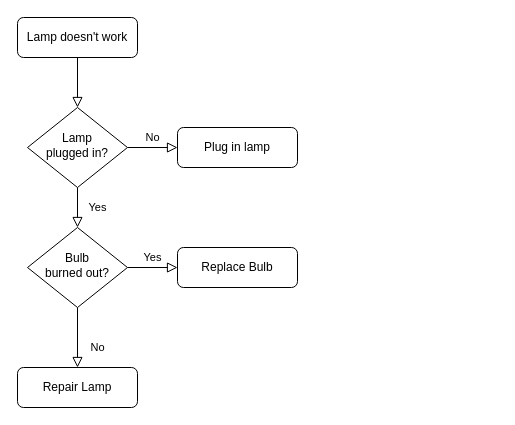
Above: Untitled Diagram.drawio in hollson/pm (draw.io), before the change. Source tidied: cells renumbered, new cells numbered last; positions are measured from the earlier drawing's top-left corner, leaving out a move shared by most shapes. Both pictures are drawn from the tidied source at 100%, with x=0, y=0 at pixel (17, 17).
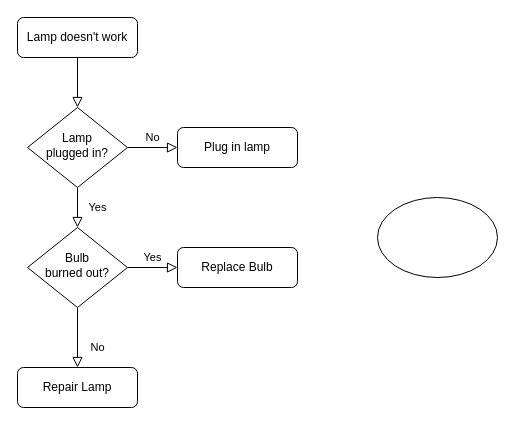
Above is the later version.

Diff of the diagram source:
```diff
@@
 <mxGraphModel>
   <root>
     <mxCell id="0" />
     <mxCell id="1" parent="0" />
     <mxCell id="2" style="rounded=0;html=1;jettySize=auto;fontSize=11;endArrow=block;endFill=0;endSize=8;strokeWidth=1;shadow=0;labelBackgroundColor=none;edgeStyle=orthogonalEdgeStyle;" parent="1" edge="1" source="3" target="6">
       <mxGeometry relative="1" as="geometry" />
     </mxCell>
     <mxCell id="3" value="Lamp doesn't work" style="rounded=1;whiteSpace=wrap;html=1;fontSize=12;glass=0;strokeWidth=1;shadow=0;" parent="1" vertex="1">
       <mxGeometry width="120" height="40" as="geometry" />
     </mxCell>
     <mxCell id="4" value="Yes" style="rounded=0;html=1;jettySize=auto;fontSize=11;endArrow=block;endFill=0;endSize=8;strokeWidth=1;shadow=0;labelBackgroundColor=none;edgeStyle=orthogonalEdgeStyle;" parent="1" edge="1" source="6" target="10">
       <mxGeometry y="20" relative="1" as="geometry" />
     </mxCell>
     <mxCell id="5" value="No" style="edgeStyle=orthogonalEdgeStyle;rounded=0;html=1;jettySize=auto;fontSize=11;endArrow=block;endFill=0;endSize=8;strokeWidth=1;shadow=0;labelBackgroundColor=none;" parent="1" edge="1" source="6" target="7">
       <mxGeometry y="10" relative="1" as="geometry" />
     </mxCell>
     <mxCell id="6" value="Lamp&lt;br&gt;plugged in?" style="rhombus;whiteSpace=wrap;html=1;shadow=0;fontFamily=Helvetica;fontSize=12;align=center;strokeWidth=1;spacing=6;spacingTop=-4;" parent="1" vertex="1">
       <mxGeometry x="10" y="90" width="100" height="80" as="geometry" />
     </mxCell>
     <mxCell id="7" value="Plug in lamp" style="rounded=1;whiteSpace=wrap;html=1;fontSize=12;glass=0;strokeWidth=1;shadow=0;" parent="1" vertex="1">
       <mxGeometry x="160" y="110" width="120" height="40" as="geometry" />
     </mxCell>
     <mxCell id="8" value="No" style="rounded=0;html=1;jettySize=auto;fontSize=11;endArrow=block;endFill=0;endSize=8;strokeWidth=1;shadow=0;labelBackgroundColor=none;edgeStyle=orthogonalEdgeStyle;" parent="1" edge="1" source="10" target="11">
       <mxGeometry x="0.33" y="20" relative="1" as="geometry" />
     </mxCell>
     <mxCell id="9" value="Yes" style="edgeStyle=orthogonalEdgeStyle;rounded=0;html=1;jettySize=auto;fontSize=11;endArrow=block;endFill=0;endSize=8;strokeWidth=1;shadow=0;labelBackgroundColor=none;" parent="1" edge="1" source="10" target="12">
       <mxGeometry y="10" relative="1" as="geometry" />
     </mxCell>
     <mxCell id="10" value="Bulb&lt;br&gt;burned out?" style="rhombus;whiteSpace=wrap;html=1;shadow=0;fontFamily=Helvetica;fontSize=12;align=center;strokeWidth=1;spacing=6;spacingTop=-4;" parent="1" vertex="1">
       <mxGeometry x="10" y="210" width="100" height="80" as="geometry" />
     </mxCell>
     <mxCell id="11" value="Repair Lamp" style="rounded=1;whiteSpace=wrap;html=1;fontSize=12;glass=0;strokeWidth=1;shadow=0;" parent="1" vertex="1">
       <mxGeometry y="350" width="120" height="40" as="geometry" />
     </mxCell>
     <mxCell id="12" value="Replace Bulb" style="rounded=1;whiteSpace=wrap;html=1;fontSize=12;glass=0;strokeWidth=1;shadow=0;" parent="1" vertex="1">
       <mxGeometry x="160" y="230" width="120" height="40" as="geometry" />
     </mxCell>
+    <mxCell id="13" style="ellipse;whiteSpace=wrap;html=1;" parent="1" vertex="1">
+      <mxGeometry x="360" y="180" width="120" height="80" as="geometry" />
+    </mxCell>
   </root>
 </mxGraphModel>
```
